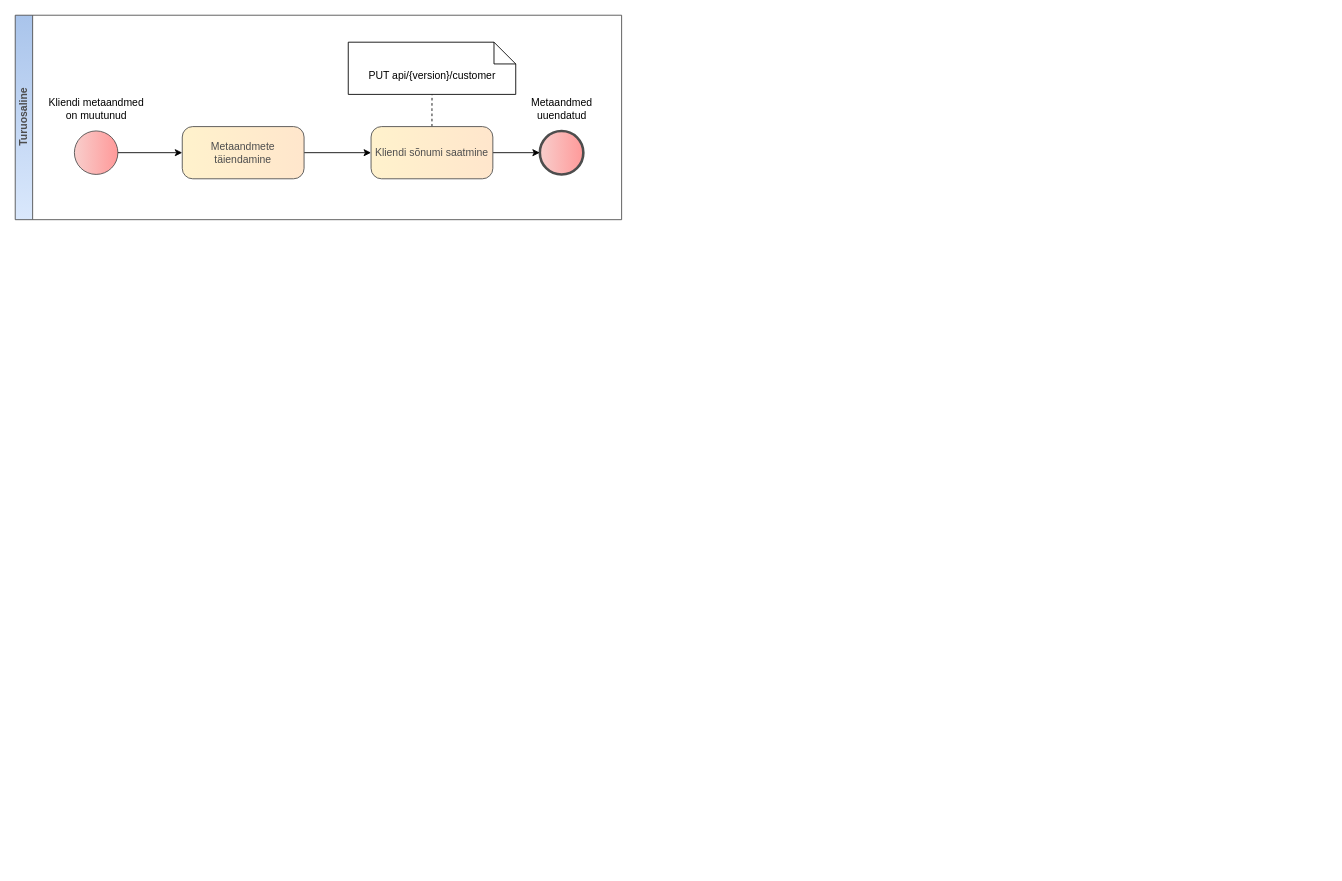
Elering/estfeed-datahub-docs keeps this draw.io diagram as page "Kliendi metaandmete uuendamine" (2 of 4) of diagrams/customer-management/customer-management.drawio. Above is the earlier version. Source tidied: cells renumbered, new cells numbered last; positions are measured from the earlier drawing's top-left corner, leaving out a move shared by most shapes. Both pictures are drawn from the tidied source at 87%, with x=0, y=0 at pixel (15, -12).
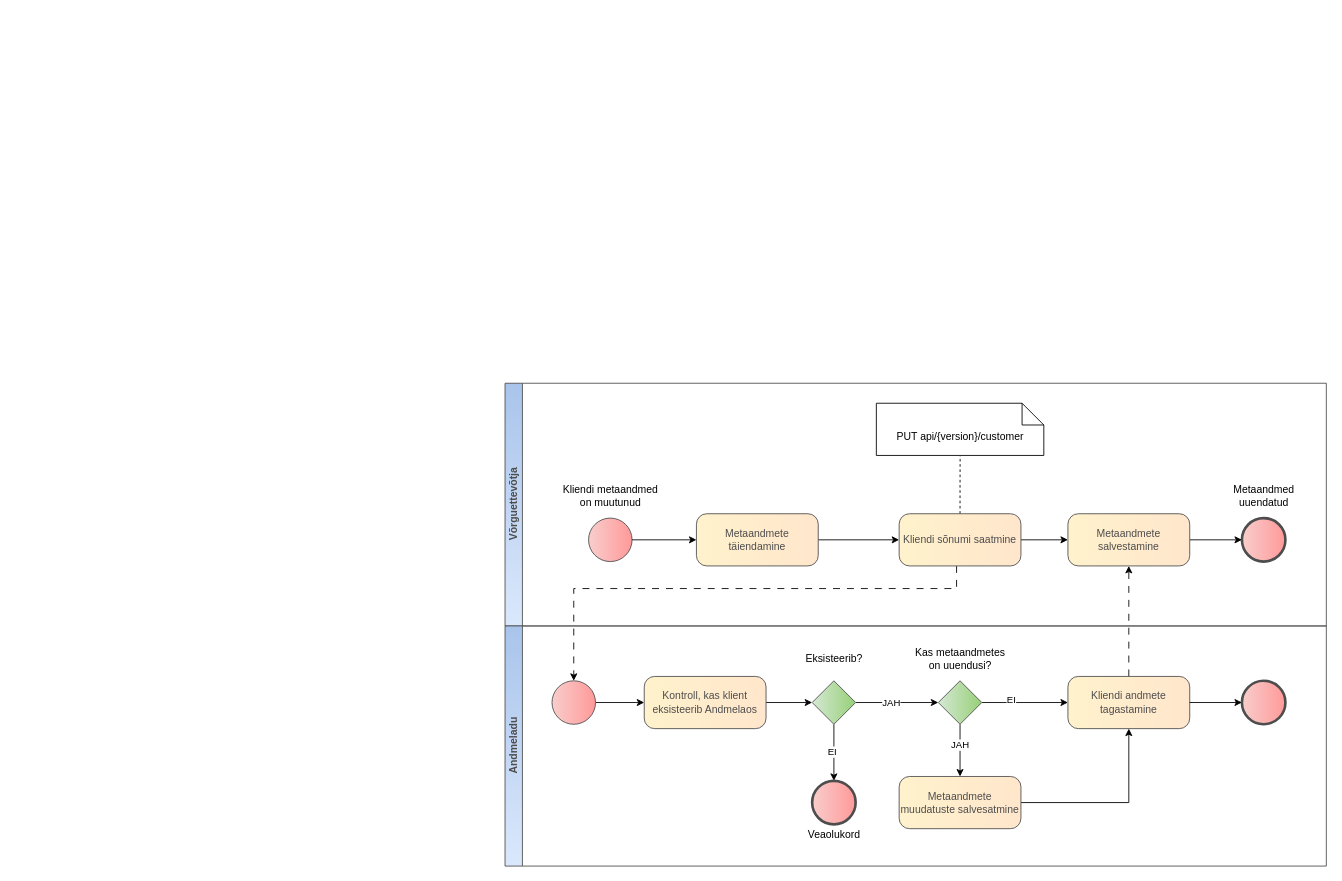
Above is the later version.

Change to the diagram source:
```diff
@@
     <mxCell id="2" value="Kliendi metaandmed&lt;br&gt;on muutunud" style="points=[[0.145,0.145,0],[0.5,0,0],[0.855,0.145,0],[1,0.5,0],[0.855,0.855,0],[0.5,1,0],[0.145,0.855,0],[0,0.5,0]];shape=mxgraph.bpmn.event;html=1;verticalLabelPosition=top;verticalAlign=middle;align=center;perimeter=ellipsePerimeter;outlineConnect=0;outline=standard;symbol=general;fillColor=#f8cecc;strokeColor=#4D4D4D;rounded=1;shadow=0;strokeWidth=1;gradientColor=#FF9999;gradientDirection=east;spacingBottom=0;labelPosition=center;" parent="1" vertex="1">
-      <mxGeometry x="68" y="164" width="50" height="50" as="geometry" />
+      <mxGeometry x="659" y="609" width="50" height="50" as="geometry" />
     </mxCell>
-    <mxCell id="3" value="Metaandmed&lt;br&gt;uuendatud" style="points=[[0.145,0.145,0],[0.5,0,0],[0.855,0.145,0],[1,0.5,0],[0.855,0.855,0],[0.5,1,0],[0.145,0.855,0],[0,0.5,0]];shape=mxgraph.bpmn.event;html=1;verticalLabelPosition=top;labelBackgroundColor=#ffffff;verticalAlign=middle;align=center;perimeter=ellipsePerimeter;outlineConnect=0;outline=end;symbol=terminate2;fontFamily=Helvetica;fontSize=12;fontColor=#000000;fillColor=#f8cecc;strokeColor=#4D4D4D;rounded=1;shadow=0;strokeWidth=1;gradientColor=#FF9999;gradientDirection=east;spacing=0;spacingTop=0;spacingLeft=0;spacingBottom=0;labelPosition=center;" parent="1" vertex="1">
-      <mxGeometry x="603" y="164" width="50" height="50" as="geometry" />
-    </mxCell>
@@
-    <mxCell id="9" style="edgeStyle=orthogonalEdgeStyle;rounded=0;jettySize=auto;html=1;" parent="1" edge="1" source="11" target="3">
-      <mxGeometry relative="1" as="geometry" />
-    </mxCell>
-    <mxCell id="10" style="edgeStyle=orthogonalEdgeStyle;rounded=0;jettySize=auto;html=1;endArrow=none;dashed=1;endFill=0;" parent="1" edge="1" source="11" target="13">
-      <mxGeometry relative="1" as="geometry" />
-    </mxCell>
-    <mxCell id="11" value="Kliendi sõnumi saatmine" style="rounded=1;whiteSpace=wrap;html=1;arcSize=20;fillColor=#fff2cc;strokeColor=#4D4D4D;shadow=0;fontColor=#4D4D4D;gradientColor=#FFE6CC;gradientDirection=east;glass=0;backgroundOutline=0;enumerate=0;labelBackgroundColor=none;labelBorderColor=none;strokeWidth=1;" parent="1" vertex="1">
-      <mxGeometry x="409" y="159" width="140" height="60" as="geometry" />
-    </mxCell>
-    <mxCell id="12" value="Turuosaline" style="swimlane;html=1;horizontal=0;startSize=20;strokeColor=#4D4D4D;fillColor=#dae8fc;fontColor=#4D4D4D;gradientColor=#A9C4EB;gradientDirection=north;rotation=0;" parent="1" vertex="1">
-      <mxGeometry y="31" width="697" height="235" as="geometry" />
-    </mxCell>
-    <mxCell id="13" value="PUT api/{version}/customer" style="shape=note2;boundedLbl=1;whiteSpace=wrap;html=1;size=25;verticalAlign=top;align=center;" parent="1" vertex="1">
-      <mxGeometry x="382.8" y="62" width="192.5" height="60" as="geometry" />
-    </mxCell>
-    <mxCell id="14" style="edgeStyle=orthogonalEdgeStyle;rounded=0;jettySize=auto;html=1;" parent="1" edge="1" source="15" target="11">
+    <mxCell id="14" style="edgeStyle=orthogonalEdgeStyle;rounded=0;jettySize=auto;html=1;entryX=0;entryY=0.5;entryDx=0;entryDy=0;" parent="1" edge="1" source="15" target="11">
       <mxGeometry relative="1" as="geometry" />
     </mxCell>
     <mxCell id="15" value="Metaandmete täiendamine" style="rounded=1;whiteSpace=wrap;html=1;arcSize=20;fillColor=#fff2cc;strokeColor=#4D4D4D;shadow=0;fontColor=#4D4D4D;gradientColor=#FFE6CC;gradientDirection=east;glass=0;backgroundOutline=0;enumerate=0;labelBackgroundColor=none;labelBorderColor=none;strokeWidth=1;" parent="1" vertex="1">
-      <mxGeometry x="192" y="159" width="140" height="60" as="geometry" />
+      <mxGeometry x="783" y="604" width="140" height="60" as="geometry" />
     </mxCell>
+    <mxCell id="3" value="Metaandmed&lt;br style=&quot;border-color: var(--border-color);&quot;&gt;uuendatud" style="points=[[0.145,0.145,0],[0.5,0,0],[0.855,0.145,0],[1,0.5,0],[0.855,0.855,0],[0.5,1,0],[0.145,0.855,0],[0,0.5,0]];shape=mxgraph.bpmn.event;html=1;verticalLabelPosition=top;labelBackgroundColor=#ffffff;verticalAlign=middle;align=center;perimeter=ellipsePerimeter;outlineConnect=0;outline=end;symbol=terminate2;fontFamily=Helvetica;fontSize=12;fontColor=#000000;fillColor=#f8cecc;strokeColor=#4D4D4D;rounded=1;shadow=0;strokeWidth=1;gradientColor=#FF9999;gradientDirection=east;spacing=0;spacingTop=0;spacingLeft=0;spacingBottom=0;labelPosition=center;" parent="1" vertex="1">
+      <mxGeometry x="1410" y="609" width="50" height="50" as="geometry" />
+    </mxCell>
+    <mxCell id="16" style="edgeStyle=orthogonalEdgeStyle;rounded=0;jettySize=auto;html=1;" parent="1" edge="1" source="11" target="19">
+      <mxGeometry relative="1" as="geometry" />
+    </mxCell>
+    <mxCell id="10" style="edgeStyle=orthogonalEdgeStyle;rounded=0;jettySize=auto;html=1;endArrow=none;dashed=1;endFill=0;" parent="1" edge="1" source="11" target="13">
+      <mxGeometry relative="1" as="geometry" />
+    </mxCell>
+    <mxCell id="17" style="edgeStyle=orthogonalEdgeStyle;rounded=0;jettySize=auto;html=1;entryX=0.5;entryY=0;entryDx=0;entryDy=0;dashed=1;dashPattern=8 8;entryPerimeter=0;" parent="1" edge="1" source="11" target="24">
+      <mxGeometry relative="1" as="geometry">
+        <Array as="points">
+          <mxPoint x="1082" y="690" />
+          <mxPoint x="642" y="690" />
+        </Array>
+      </mxGeometry>
+    </mxCell>
+    <mxCell id="11" value="Kliendi sõnumi saatmine" style="rounded=1;whiteSpace=wrap;html=1;arcSize=20;fillColor=#fff2cc;strokeColor=#4D4D4D;shadow=0;fontColor=#4D4D4D;gradientColor=#FFE6CC;gradientDirection=east;glass=0;backgroundOutline=0;enumerate=0;labelBackgroundColor=none;labelBorderColor=none;strokeWidth=1;" parent="1" vertex="1">
+      <mxGeometry x="1016" y="604" width="140" height="60" as="geometry" />
+    </mxCell>
+    <mxCell id="18" style="edgeStyle=orthogonalEdgeStyle;rounded=0;jettySize=auto;html=1;" parent="1" edge="1" source="19" target="3">
+      <mxGeometry relative="1" as="geometry" />
+    </mxCell>
+    <mxCell id="19" value="Metaandmete salvestamine" style="rounded=1;whiteSpace=wrap;html=1;arcSize=20;fillColor=#fff2cc;strokeColor=#4D4D4D;shadow=0;fontColor=#4D4D4D;gradientColor=#FFE6CC;gradientDirection=east;glass=0;backgroundOutline=0;enumerate=0;labelBackgroundColor=none;labelBorderColor=none;strokeWidth=1;" parent="1" vertex="1">
+      <mxGeometry x="1210" y="604" width="140" height="60" as="geometry" />
+    </mxCell>
+    <mxCell id="20" value="Võrguettevõtja" style="swimlane;html=1;horizontal=0;startSize=20;strokeColor=#4D4D4D;fillColor=#dae8fc;fontColor=#4D4D4D;gradientColor=#A9C4EB;gradientDirection=north;rotation=0;" parent="1" vertex="1">
+      <mxGeometry x="563" y="454" width="944" height="279" as="geometry" />
+    </mxCell>
+    <mxCell id="13" value="PUT api/{version}/customer" style="shape=note2;boundedLbl=1;whiteSpace=wrap;html=1;size=25;verticalAlign=top;align=center;" parent="1" vertex="1">
+      <mxGeometry x="989.8" y="477" width="192.5" height="60" as="geometry" />
+    </mxCell>
+    <mxCell id="21" value="Andmeladu" style="swimlane;html=1;horizontal=0;startSize=20;strokeColor=#4D4D4D;fillColor=#dae8fc;fontColor=#4D4D4D;gradientColor=#A9C4EB;gradientDirection=north;rotation=0;" parent="1" vertex="1">
+      <mxGeometry x="563" y="733" width="944" height="276" as="geometry" />
+    </mxCell>
+    <mxCell id="22" style="edgeStyle=orthogonalEdgeStyle;rounded=0;jettySize=auto;html=1;entryX=0.5;entryY=1;entryDx=0;entryDy=0;dashed=1;dashPattern=8 8;exitX=0.5;exitY=0;exitDx=0;exitDy=0;" parent="1" edge="1" source="39" target="19">
+      <mxGeometry relative="1" as="geometry" />
+    </mxCell>
+    <mxCell id="23" style="edgeStyle=orthogonalEdgeStyle;rounded=0;jettySize=auto;html=1;entryX=0;entryY=0.5;entryDx=0;entryDy=0;" parent="1" edge="1" source="24" target="31">
+      <mxGeometry relative="1" as="geometry" />
+    </mxCell>
+    <mxCell id="24" style="points=[[0.145,0.145,0],[0.5,0,0],[0.855,0.145,0],[1,0.5,0],[0.855,0.855,0],[0.5,1,0],[0.145,0.855,0],[0,0.5,0]];shape=mxgraph.bpmn.event;html=1;verticalLabelPosition=bottom;labelBackgroundColor=#ffffff;verticalAlign=bottom;align=center;perimeter=ellipsePerimeter;outlineConnect=0;outline=standard;symbol=general;fontFamily=Helvetica;fontSize=12;fontColor=#4D4D4D;fillColor=#f8cecc;strokeColor=#4D4D4D;rounded=1;shadow=0;strokeWidth=1;gradientColor=#FF9999;gradientDirection=east;" parent="1" vertex="1">
+      <mxGeometry x="617" y="796" width="50" height="50" as="geometry" />
+    </mxCell>
+    <mxCell id="25" style="edgeStyle=orthogonalEdgeStyle;rounded=0;jettySize=auto;html=1;entryX=0.5;entryY=0;entryDx=0;entryDy=0;entryPerimeter=0;" parent="1" edge="1" source="29" target="42">
+      <mxGeometry relative="1" as="geometry" />
+    </mxCell>
+    <mxCell id="26" value="EI" style="edgeLabel;html=1;align=center;verticalAlign=middle;" parent="25" vertex="1">
+      <mxGeometry x="-0.04" y="-3" relative="1" as="geometry" />
+    </mxCell>
+    <mxCell id="27" style="edgeStyle=orthogonalEdgeStyle;rounded=0;jettySize=auto;html=1;" parent="1" edge="1" source="29" target="36">
+      <mxGeometry relative="1" as="geometry" />
+    </mxCell>
+    <mxCell id="28" value="JAH" style="edgeLabel;html=1;align=center;verticalAlign=middle;" parent="27" vertex="1">
+      <mxGeometry x="-0.16" y="1" relative="1" as="geometry" />
+    </mxCell>
+    <mxCell id="29" value="Eksisteerib?" style="points=[[0.25,0.25,0],[0.5,0,0],[0.75,0.25,0],[1,0.5,0],[0.75,0.75,0],[0.5,1,0],[0.25,0.75,0],[0,0.5,0]];shape=mxgraph.bpmn.gateway2;html=1;verticalLabelPosition=top;labelBackgroundColor=#ffffff;verticalAlign=middle;align=center;perimeter=rhombusPerimeter;outlineConnect=0;outline=none;symbol=none;fontFamily=Helvetica;fontSize=12;fontColor=#000000;fillColor=#D5E8D4;strokeColor=#4D4D4D;rounded=0;shadow=0;gradientColor=#97D077;gradientDirection=east;spacing=0;labelPosition=center;" parent="1" vertex="1">
+      <mxGeometry x="916" y="796" width="50" height="50" as="geometry" />
+    </mxCell>
+    <mxCell id="30" style="edgeStyle=orthogonalEdgeStyle;rounded=0;jettySize=auto;html=1;" parent="1" edge="1" source="31" target="29">
+      <mxGeometry relative="1" as="geometry" />
+    </mxCell>
+    <mxCell id="31" value="Kontroll, kas klient eksisteerib Andmelaos" style="rounded=1;whiteSpace=wrap;html=1;arcSize=20;fillColor=#fff2cc;strokeColor=#4D4D4D;shadow=0;fontColor=#4D4D4D;gradientColor=#FFE6CC;gradientDirection=east;glass=0;backgroundOutline=0;enumerate=0;labelBackgroundColor=none;labelBorderColor=none;strokeWidth=1;" parent="1" vertex="1">
+      <mxGeometry x="723" y="791" width="140" height="60" as="geometry" />
+    </mxCell>
+    <mxCell id="32" style="edgeStyle=orthogonalEdgeStyle;rounded=0;jettySize=auto;html=1;entryX=0.5;entryY=0;entryDx=0;entryDy=0;" parent="1" edge="1" source="36" target="38">
+      <mxGeometry relative="1" as="geometry" />
+    </mxCell>
+    <mxCell id="33" value="JAH" style="edgeLabel;html=1;align=center;verticalAlign=middle;" parent="32" vertex="1">
+      <mxGeometry x="-0.25" y="-1" relative="1" as="geometry" />
+    </mxCell>
+    <mxCell id="34" style="edgeStyle=orthogonalEdgeStyle;rounded=0;jettySize=auto;html=1;entryX=0;entryY=0.5;entryDx=0;entryDy=0;" parent="1" edge="1" source="36" target="39">
+      <mxGeometry relative="1" as="geometry" />
+    </mxCell>
+    <mxCell id="35" value="EI" style="edgeLabel;html=1;align=center;verticalAlign=middle;" parent="34" vertex="1">
+      <mxGeometry x="-0.33" y="4" relative="1" as="geometry" />
+    </mxCell>
+    <mxCell id="36" value="Kas metaandmetes&lt;br&gt;on uuendusi?" style="points=[[0.25,0.25,0],[0.5,0,0],[0.75,0.25,0],[1,0.5,0],[0.75,0.75,0],[0.5,1,0],[0.25,0.75,0],[0,0.5,0]];shape=mxgraph.bpmn.gateway2;html=1;verticalLabelPosition=top;labelBackgroundColor=#ffffff;verticalAlign=middle;align=center;perimeter=rhombusPerimeter;outlineConnect=0;outline=none;symbol=none;fontFamily=Helvetica;fontSize=12;fontColor=#000000;fillColor=#D5E8D4;strokeColor=#4D4D4D;rounded=0;shadow=0;gradientColor=#97D077;gradientDirection=east;spacing=0;labelPosition=center;" parent="1" vertex="1">
+      <mxGeometry x="1061" y="796" width="50" height="50" as="geometry" />
+    </mxCell>
+    <mxCell id="37" style="edgeStyle=orthogonalEdgeStyle;rounded=0;jettySize=auto;html=1;entryX=0.5;entryY=1;entryDx=0;entryDy=0;" parent="1" edge="1" source="38" target="39">
+      <mxGeometry relative="1" as="geometry" />
+    </mxCell>
+    <mxCell id="38" value="Metaandmete muudatuste salvesatmine" style="rounded=1;whiteSpace=wrap;html=1;arcSize=20;fillColor=#fff2cc;strokeColor=#4D4D4D;shadow=0;fontColor=#4D4D4D;gradientColor=#FFE6CC;gradientDirection=east;glass=0;backgroundOutline=0;enumerate=0;labelBackgroundColor=none;labelBorderColor=none;strokeWidth=1;" parent="1" vertex="1">
+      <mxGeometry x="1016" y="906" width="140" height="60" as="geometry" />
+    </mxCell>
+    <mxCell id="39" value="Kliendi andmete tagastamine" style="rounded=1;whiteSpace=wrap;html=1;arcSize=20;fillColor=#fff2cc;strokeColor=#4D4D4D;shadow=0;fontColor=#4D4D4D;gradientColor=#FFE6CC;gradientDirection=east;glass=0;backgroundOutline=0;enumerate=0;labelBackgroundColor=none;labelBorderColor=none;strokeWidth=1;" parent="1" vertex="1">
+      <mxGeometry x="1210" y="791" width="140" height="60" as="geometry" />
+    </mxCell>
+    <mxCell id="40" style="points=[[0.145,0.145,0],[0.5,0,0],[0.855,0.145,0],[1,0.5,0],[0.855,0.855,0],[0.5,1,0],[0.145,0.855,0],[0,0.5,0]];shape=mxgraph.bpmn.event;html=1;verticalLabelPosition=top;labelBackgroundColor=#ffffff;verticalAlign=middle;align=center;perimeter=ellipsePerimeter;outlineConnect=0;outline=end;symbol=terminate2;fontFamily=Helvetica;fontSize=12;fontColor=#000000;fillColor=#f8cecc;strokeColor=#4D4D4D;rounded=1;shadow=0;strokeWidth=1;gradientColor=#FF9999;gradientDirection=east;spacing=0;spacingTop=0;spacingLeft=0;spacingBottom=0;labelPosition=center;" parent="1" vertex="1">
+      <mxGeometry x="1410" y="796" width="50" height="50" as="geometry" />
+    </mxCell>
+    <mxCell id="41" style="edgeStyle=orthogonalEdgeStyle;rounded=0;jettySize=auto;html=1;entryX=0;entryY=0.5;entryDx=0;entryDy=0;entryPerimeter=0;" parent="1" edge="1" source="39" target="40">
+      <mxGeometry relative="1" as="geometry" />
+    </mxCell>
+    <mxCell id="42" value="Veaolukord" style="points=[[0.145,0.145,0],[0.5,0,0],[0.855,0.145,0],[1,0.5,0],[0.855,0.855,0],[0.5,1,0],[0.145,0.855,0],[0,0.5,0]];shape=mxgraph.bpmn.event;html=1;verticalLabelPosition=bottom;labelBackgroundColor=#ffffff;verticalAlign=top;align=center;perimeter=ellipsePerimeter;outlineConnect=0;outline=end;symbol=terminate2;fontFamily=Helvetica;fontSize=12;fontColor=#000000;fillColor=#f8cecc;strokeColor=#4D4D4D;rounded=1;shadow=0;strokeWidth=1;gradientColor=#FF9999;gradientDirection=east;spacing=0;spacingTop=0;spacingLeft=0;spacingBottom=0;labelPosition=center;" parent="1" vertex="1">
+      <mxGeometry x="916" y="911" width="50" height="50" as="geometry" />
+    </mxCell>
```
